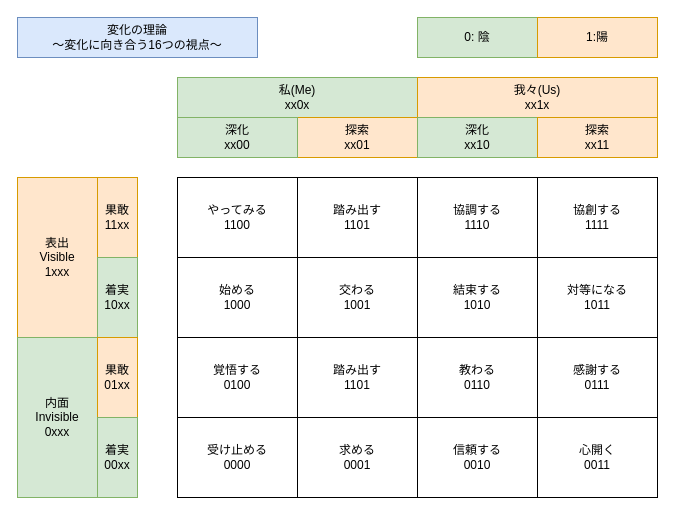
Above: qiita_eki_101.drawio in YossyIto/booklog_drowio (draw.io), before the change. Source tidied: cells renumbered, new cells numbered last; positions are measured from the earlier drawing's top-left corner, leaving out a move shared by most shapes. Both pictures are drawn from the tidied source at 100%, with x=0, y=0 at pixel (17, 17).
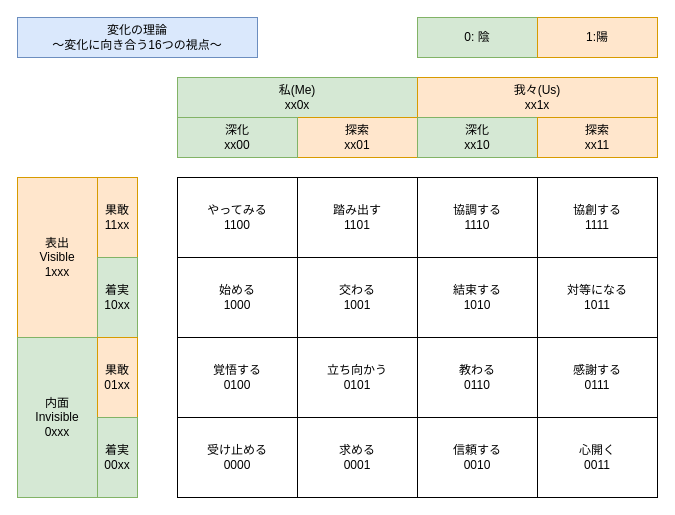
The same diagram, later.

Commit message:
qiita_eki_101.drawio を更新します

Change to the diagram source:
```diff
@@
-    <mxCell id="9" value="踏み出す&lt;div&gt;1101&lt;/div&gt;" style="rounded=0;whiteSpace=wrap;html=1;" parent="1" vertex="1">
+    <mxCell id="9" value="立ち向かう&lt;div&gt;0101&lt;/div&gt;" style="rounded=0;whiteSpace=wrap;html=1;" parent="1" vertex="1">
       <mxGeometry x="280" y="320" width="120" height="80" as="geometry" />
     </mxCell>
```
